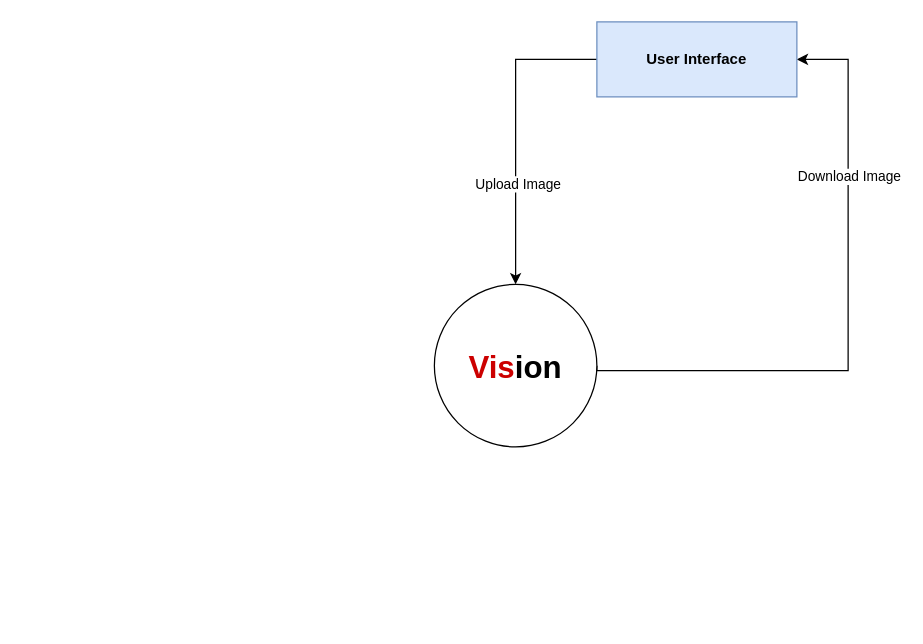
The draw.io diagram Models/SystemContextViewDiagram.drawio in MrMoon/Vision, before the edit. Source tidied: cells renumbered, new cells numbered last; positions are measured from the earlier drawing's top-left corner, leaving out a move shared by most shapes. Both pictures are drawn from the tidied source at 125%, with x=0, y=0 at pixel (434, 21).
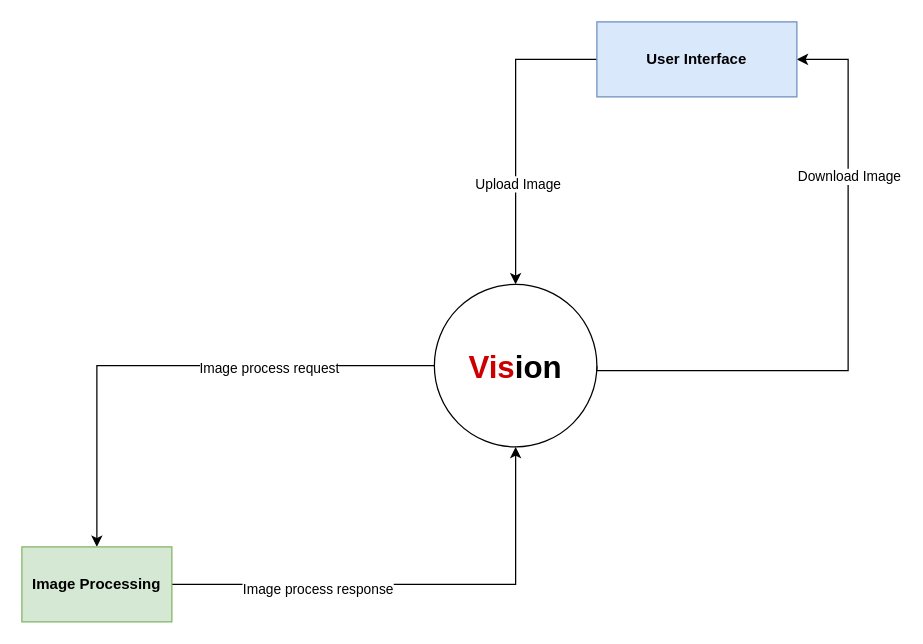
The same page after the edit.

Diff of the diagram source:
```diff
@@
 <mxGraphModel>
   <root>
     <mxCell id="0" />
     <mxCell id="1" parent="0" />
     <mxCell id="2" style="edgeStyle=orthogonalEdgeStyle;rounded=0;jettySize=auto;html=1;entryX=1;entryY=0.5;entryDx=0;entryDy=0;exitX=1;exitY=0.5;exitDx=0;exitDy=0;" parent="1" edge="1" source="4" target="7">
       <mxGeometry relative="1" as="geometry">
         <Array as="points">
           <mxPoint x="130" y="279" />
           <mxPoint x="331" y="279" />
           <mxPoint x="331" y="30" />
         </Array>
       </mxGeometry>
     </mxCell>
     <mxCell id="3" value="Download Image" style="edgeLabel;html=1;align=center;verticalAlign=middle;" parent="2" vertex="1">
       <mxGeometry x="0.46" relative="1" as="geometry" />
     </mxCell>
+    <mxCell id="8" style="edgeStyle=orthogonalEdgeStyle;rounded=0;jettySize=auto;html=1;exitX=0;exitY=0.5;exitDx=0;exitDy=0;entryX=0.5;entryY=0;entryDx=0;entryDy=0;" parent="1" edge="1" source="4" target="12">
+      <mxGeometry relative="1" as="geometry" />
+    </mxCell>
+    <mxCell id="9" value="Image process request" style="edgeLabel;html=1;align=center;verticalAlign=middle;" parent="8" vertex="1">
+      <mxGeometry x="-0.36" y="1" relative="1" as="geometry" />
+    </mxCell>
     <mxCell id="4" value="&lt;b style=&quot;font-size: 25px&quot;&gt;&lt;font color=&quot;#cc0000&quot;&gt;&lt;font style=&quot;font-size: 25px&quot;&gt;Vi&lt;/font&gt;s&lt;/font&gt;ion&lt;/b&gt;" style="ellipse;whiteSpace=wrap;html=1;" parent="1" vertex="1">
       <mxGeometry y="210" width="130" height="130" as="geometry" />
     </mxCell>
     <mxCell id="5" style="edgeStyle=orthogonalEdgeStyle;rounded=0;jettySize=auto;html=1;exitX=0;exitY=0.5;exitDx=0;exitDy=0;entryX=0.5;entryY=0;entryDx=0;entryDy=0;" parent="1" edge="1" source="7" target="4">
       <mxGeometry relative="1" as="geometry" />
     </mxCell>
     <mxCell id="6" value="Upload Image" style="edgeLabel;html=1;align=center;verticalAlign=middle;" parent="5" vertex="1">
       <mxGeometry x="0.34" y="1" relative="1" as="geometry" />
     </mxCell>
     <mxCell id="7" value="&lt;b&gt;User Interface&lt;/b&gt;" style="rounded=0;whiteSpace=wrap;html=1;fillColor=#dae8fc;strokeColor=#6c8ebf;" parent="1" vertex="1">
       <mxGeometry x="130" width="160" height="60" as="geometry" />
     </mxCell>
+    <mxCell id="10" style="edgeStyle=orthogonalEdgeStyle;rounded=0;jettySize=auto;html=1;entryX=0.5;entryY=1;entryDx=0;entryDy=0;" parent="1" edge="1" source="12" target="4">
+      <mxGeometry relative="1" as="geometry" />
+    </mxCell>
+    <mxCell id="11" value="Image process response" style="edgeLabel;html=1;align=center;verticalAlign=middle;" parent="10" vertex="1">
+      <mxGeometry x="-0.4" y="-3" relative="1" as="geometry" />
+    </mxCell>
+    <mxCell id="12" value="&lt;b&gt;Image Processing&lt;/b&gt;" style="rounded=0;whiteSpace=wrap;html=1;fillColor=#d5e8d4;strokeColor=#82b366;" parent="1" vertex="1">
+      <mxGeometry x="-330" y="420" width="120" height="60" as="geometry" />
+    </mxCell>
   </root>
 </mxGraphModel>
```
